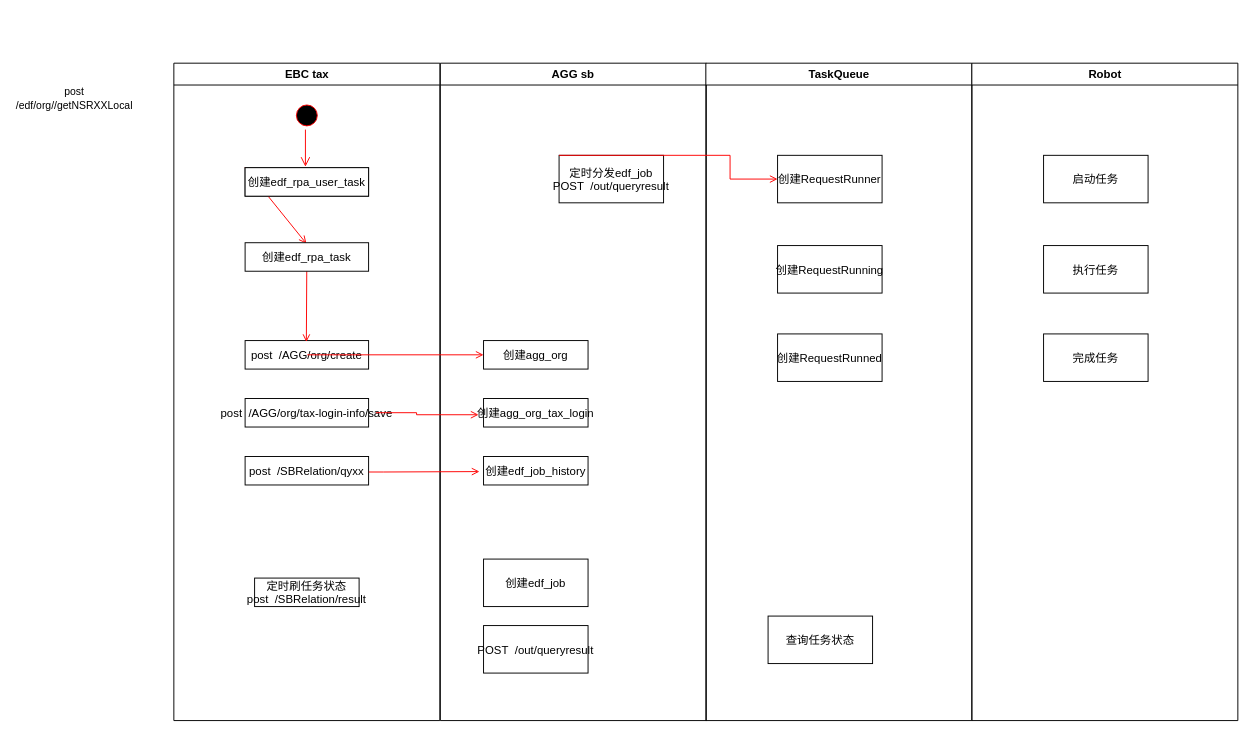
This is 异步任务交互.drawio from xingzhihe/hello-world, a draw.io file, before an edit. Source tidied: cells renumbered, new cells numbered last; positions are measured from the earlier drawing's top-left corner, leaving out a move shared by most shapes. Both pictures are drawn from the tidied source at 95%, with x=0, y=0 at pixel (46, 63).
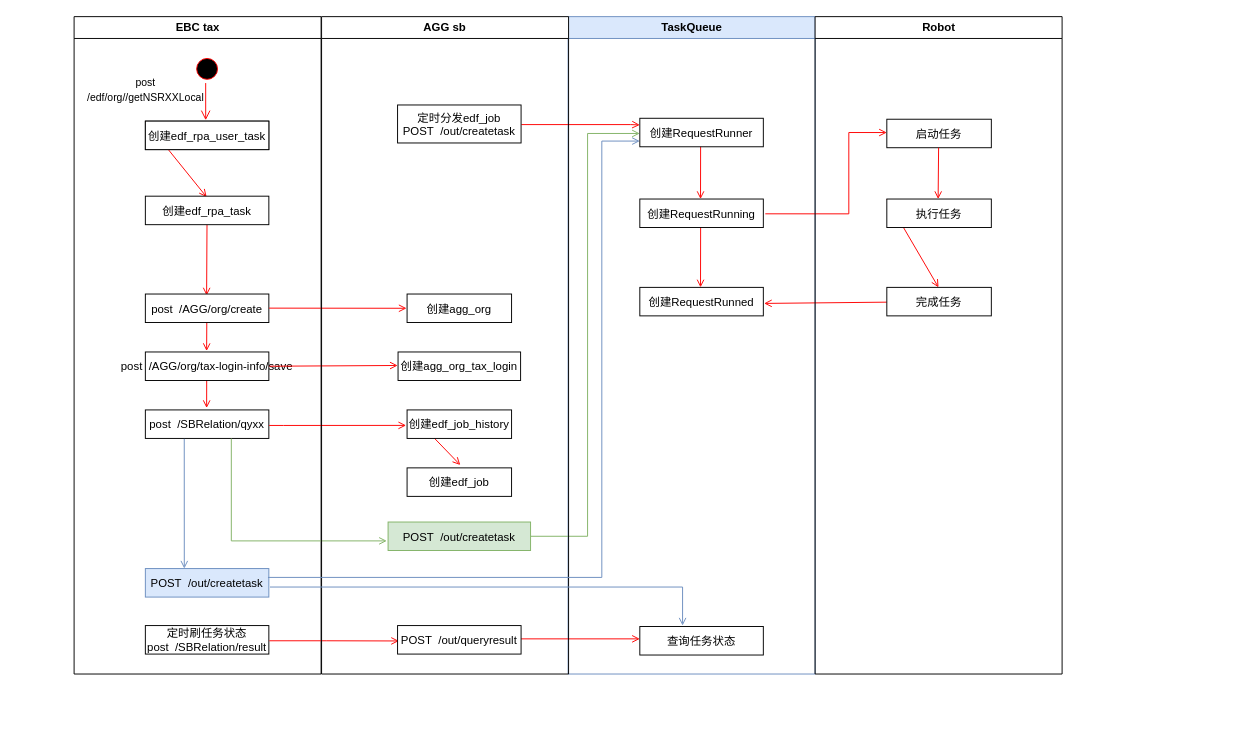
After the change.

Commit message:
更新异步任务交互.drawio

The change refers to these unchanged cells:
```xml
<mxCell id="17" value="post  /SBRelation/qyxx" parent="9" vertex="1">
  <mxGeometry x="75" y="414" width="130" height="30" as="geometry" />
</mxCell>
```

Change to the diagram source:
```diff
@@
-    <mxCell id="2" value="AGG sb" style="swimlane;whiteSpace=wrap;" parent="1" vertex="1">
-      <mxGeometry x="415" width="280" height="692" as="geometry" />
-    </mxCell>
-    <mxCell id="3" value="创建agg_org" parent="2" vertex="1">
-      <mxGeometry x="45.5" y="292" width="110" height="30" as="geometry" />
-    </mxCell>
-    <mxCell id="4" value="创建agg_org_tax_login" parent="2" vertex="1">
-      <mxGeometry x="45.5" y="353" width="110" height="30" as="geometry" />
-    </mxCell>
-    <mxCell id="5" value="创建edf_job_history" parent="2" vertex="1">
-      <mxGeometry x="45.5" y="414" width="110" height="30" as="geometry" />
-    </mxCell>
-    <mxCell id="6" value="创建edf_job" parent="2" vertex="1">
-      <mxGeometry x="45.5" y="522" width="110" height="50" as="geometry" />
-    </mxCell>
-    <mxCell id="7" value="定时分发edf_job&#10;POST  /out/queryresult" parent="2" vertex="1">
-      <mxGeometry x="125" y="97" width="110" height="50" as="geometry" />
-    </mxCell>
-    <mxCell id="8" value="POST  /out/queryresult" parent="2" vertex="1">
-      <mxGeometry x="45.5" y="592" width="110" height="50" as="geometry" />
-    </mxCell>
+    <mxCell id="21" value="TaskQueue" style="swimlane;whiteSpace=wrap;fillColor=#dae8fc;strokeColor=#6c8ebf;" parent="1" vertex="1">
+      <mxGeometry x="549.5" y="-49" width="260" height="692" as="geometry" />
+    </mxCell>
+    <mxCell id="24" value="创建RequestRunned" parent="21" vertex="1">
+      <mxGeometry x="75.5" y="285" width="130" height="30" as="geometry" />
+    </mxCell>
+    <mxCell id="25" value="查询任务状态" parent="21" vertex="1">
+      <mxGeometry x="75.5" y="642" width="130" height="30" as="geometry" />
+    </mxCell>
+    <mxCell id="35" style="endArrow=open;strokeColor=#FF0000;endFill=1;rounded=0;entryX=0.496;entryY=0.029;entryDx=0;entryDy=0;entryPerimeter=0;" parent="21" edge="1">
+      <mxGeometry relative="1" as="geometry">
+        <mxPoint x="139.5" y="122" as="sourcePoint" />
+        <mxPoint x="139.4" y="192" as="targetPoint" />
+      </mxGeometry>
+    </mxCell>
+    <mxCell id="22" value="创建RequestRunner" parent="21" vertex="1">
+      <mxGeometry x="75.5" y="107" width="130" height="30" as="geometry" />
+    </mxCell>
+    <mxCell id="36" style="endArrow=open;strokeColor=#FF0000;endFill=1;rounded=0;entryX=0.496;entryY=0.029;entryDx=0;entryDy=0;entryPerimeter=0;" parent="21" edge="1">
+      <mxGeometry relative="1" as="geometry">
+        <mxPoint x="139.5" y="215" as="sourcePoint" />
+        <mxPoint x="139.4" y="285" as="targetPoint" />
+      </mxGeometry>
+    </mxCell>
+    <mxCell id="23" value="创建RequestRunning" parent="21" vertex="1">
+      <mxGeometry x="75.5" y="192" width="130" height="30" as="geometry" />
+    </mxCell>
     <mxCell id="9" value="EBC tax" style="swimlane;whiteSpace=wrap;" parent="1" vertex="1">
-      <mxGeometry x="134.5" width="280" height="692" as="geometry" />
+      <mxGeometry x="29.5" y="-49" width="260" height="692" as="geometry" />
     </mxCell>
@@
-    <mxCell id="14" value="post  /AGG/org/create" parent="9" vertex="1">
-      <mxGeometry x="75" y="292" width="130" height="30" as="geometry" />
-    </mxCell>
@@
-    <mxCell id="16" value="post  /AGG/org/tax-login-info/save" parent="9" vertex="1">
-      <mxGeometry x="75" y="353" width="130" height="30" as="geometry" />
-    </mxCell>
@@
     <mxCell id="19" value="定时刷任务状态&#10;post  /SBRelation/result" parent="9" vertex="1">
-      <mxGeometry x="85" y="542" width="110" height="30" as="geometry" />
+      <mxGeometry x="75" y="641" width="130" height="30" as="geometry" />
     </mxCell>
@@
-    <mxCell id="21" value="TaskQueue" style="swimlane;whiteSpace=wrap;" parent="1" vertex="1">
-      <mxGeometry x="694.5" width="280" height="692" as="geometry" />
-    </mxCell>
-    <mxCell id="22" value="创建RequestRunner" parent="21" vertex="1">
-      <mxGeometry x="75.5" y="97" width="110" height="50" as="geometry" />
-    </mxCell>
-    <mxCell id="23" value="创建RequestRunning" parent="21" vertex="1">
-      <mxGeometry x="75.5" y="192" width="110" height="50" as="geometry" />
-    </mxCell>
-    <mxCell id="24" value="创建RequestRunned" parent="21" vertex="1">
-      <mxGeometry x="75.5" y="285" width="110" height="50" as="geometry" />
-    </mxCell>
-    <mxCell id="25" value="查询任务状态" parent="21" vertex="1">
-      <mxGeometry x="65.5" y="582" width="110" height="50" as="geometry" />
-    </mxCell>
+    <mxCell id="37" style="endArrow=open;strokeColor=#FF0000;endFill=1;rounded=0;" parent="9" edge="1">
+      <mxGeometry relative="1" as="geometry">
+        <mxPoint x="139.8" y="301.2" as="sourcePoint" />
+        <mxPoint x="139.5" y="352" as="targetPoint" />
+      </mxGeometry>
+    </mxCell>
+    <mxCell id="14" value="post  /AGG/org/create" parent="9" vertex="1">
+      <mxGeometry x="75" y="292" width="130" height="30" as="geometry" />
+    </mxCell>
+    <mxCell id="38" style="endArrow=open;strokeColor=#FF0000;endFill=1;rounded=0;" parent="9" edge="1">
+      <mxGeometry relative="1" as="geometry">
+        <mxPoint x="139.6" y="372" as="sourcePoint" />
+        <mxPoint x="139.5" y="412" as="targetPoint" />
+      </mxGeometry>
+    </mxCell>
+    <mxCell id="16" value="post  /AGG/org/tax-login-info/save" parent="9" vertex="1">
+      <mxGeometry x="75" y="353" width="130" height="30" as="geometry" />
+    </mxCell>
+    <mxCell id="39" style="edgeStyle=elbowEdgeStyle;elbow=horizontal;strokeColor=#FF0000;endArrow=open;endFill=1;rounded=0;entryX=0.011;entryY=0.54;entryDx=0;entryDy=0;entryPerimeter=0;" parent="9" edge="1" target="8">
+      <mxGeometry relative="1" as="geometry">
+        <mxPoint x="205.5" y="657" as="sourcePoint" />
+        <Array as="points">
+          <mxPoint x="266" y="655" />
+        </Array>
+      </mxGeometry>
+    </mxCell>
+    <mxCell id="33" value="&lt;span style=&quot;font-family: &amp;#34;helvetica&amp;#34; ; font-size: 11px ; background-color: rgb(255 , 255 , 255)&quot;&gt;post /edf/org//getNSRXXLocal&lt;/span&gt;" style="text;html=1;strokeColor=none;fillColor=none;align=center;verticalAlign=middle;whiteSpace=wrap;rounded=0;" parent="9" vertex="1">
+      <mxGeometry x="45.5" y="62" width="60" height="30" as="geometry" />
+    </mxCell>
+    <mxCell id="40" style="edgeStyle=elbowEdgeStyle;elbow=horizontal;strokeColor=#82b366;endArrow=open;endFill=1;rounded=0;fillColor=#d5e8d4;entryX=-0.009;entryY=0.662;entryDx=0;entryDy=0;entryPerimeter=0;" parent="9" edge="1" target="51">
+      <mxGeometry relative="1" as="geometry">
+        <mxPoint x="165.5" y="444" as="sourcePoint" />
+        <Array as="points">
+          <mxPoint x="165.5" y="484" />
+          <mxPoint x="276" y="512.5" />
+        </Array>
+      </mxGeometry>
+    </mxCell>
+    <mxCell id="41" value="POST  /out/createtask" style="fillColor=#dae8fc;strokeColor=#6c8ebf;" parent="9" vertex="1">
+      <mxGeometry x="75" y="581" width="130" height="30" as="geometry" />
+    </mxCell>
+    <mxCell id="42" style="edgeStyle=elbowEdgeStyle;elbow=horizontal;strokeColor=#6c8ebf;endArrow=open;endFill=1;rounded=0;fillColor=#dae8fc;exitX=0.315;exitY=1.015;exitDx=0;exitDy=0;exitPerimeter=0;" parent="9" edge="1" source="17">
+      <mxGeometry relative="1" as="geometry">
+        <mxPoint x="115.5" y="581" as="targetPoint" />
+        <Array as="points">
+          <mxPoint x="116" y="522" />
+          <mxPoint x="166" y="495.6" />
+        </Array>
+      </mxGeometry>
+    </mxCell>
-    <mxCell id="26" style="edgeStyle=elbowEdgeStyle;elbow=horizontal;strokeColor=#FF0000;endArrow=open;endFill=1;rounded=0;exitX=1.002;exitY=0.545;exitDx=0;exitDy=0;exitPerimeter=0;entryX=-0.039;entryY=0.53;entryDx=0;entryDy=0;entryPerimeter=0;" parent="1" edge="1" source="17" target="5">
+    <mxCell id="26" style="edgeStyle=elbowEdgeStyle;elbow=horizontal;strokeColor=#FF0000;endArrow=open;endFill=1;rounded=0;exitX=1.002;exitY=0.545;exitDx=0;exitDy=0;exitPerimeter=0;entryX=-0.009;entryY=0.543;entryDx=0;entryDy=0;entryPerimeter=0;" parent="1" edge="1" source="17" target="5">
       <mxGeometry relative="1" as="geometry">
         <Array as="points">
-          <mxPoint x="355" y="442" />
+          <mxPoint x="250" y="393" />
         </Array>
       </mxGeometry>
     </mxCell>
-    <mxCell id="27" style="edgeStyle=elbowEdgeStyle;elbow=horizontal;strokeColor=#FF0000;endArrow=open;endFill=1;rounded=0;exitX=1.059;exitY=0.497;exitDx=0;exitDy=0;exitPerimeter=0;entryX=-0.048;entryY=0.569;entryDx=0;entryDy=0;entryPerimeter=0;" parent="1" edge="1" source="16" target="4">
-      <mxGeometry relative="1" as="geometry">
-        <Array as="points">
-          <mxPoint x="390" y="382" />
-        </Array>
-      </mxGeometry>
-    </mxCell>
-    <mxCell id="28" style="edgeStyle=elbowEdgeStyle;elbow=horizontal;strokeColor=#FF0000;endArrow=open;endFill=1;rounded=0;exitX=0;exitY=0;exitDx=0;exitDy=0;" parent="1" edge="1" source="7" target="22">
+    <mxCell id="28" style="edgeStyle=elbowEdgeStyle;elbow=horizontal;strokeColor=#FF0000;endArrow=open;endFill=1;rounded=0;exitX=1.002;exitY=0.516;exitDx=0;exitDy=0;exitPerimeter=0;" parent="1" edge="1" source="7">
       <mxGeometry relative="1" as="geometry">
+        <mxPoint x="625" y="65" as="targetPoint" />
         <Array as="points">
-          <mxPoint x="720" y="122" />
+          <mxPoint x="615" y="65" />
         </Array>
       </mxGeometry>
     </mxCell>
+    <mxCell id="34" style="endArrow=open;strokeColor=#FF0000;endFill=1;rounded=0;exitX=1.002;exitY=0.495;exitDx=0;exitDy=0;exitPerimeter=0;entryX=-0.005;entryY=0.5;entryDx=0;entryDy=0;entryPerimeter=0;" parent="1" edge="1" source="14" target="3">
+      <mxGeometry relative="1" as="geometry" />
+    </mxCell>
+    <mxCell id="43" style="endArrow=open;strokeColor=#FF0000;endFill=1;rounded=0;entryX=-0.003;entryY=0.474;entryDx=0;entryDy=0;entryPerimeter=0;" parent="1" edge="1" target="4">
+      <mxGeometry relative="1" as="geometry">
+        <mxPoint x="235" y="319" as="sourcePoint" />
+      </mxGeometry>
+    </mxCell>
+    <mxCell id="44" style="edgeStyle=orthogonalEdgeStyle;elbow=horizontal;strokeColor=#FF0000;endArrow=open;endFill=1;rounded=0;exitX=1.016;exitY=0.519;exitDx=0;exitDy=0;exitPerimeter=0;entryX=0;entryY=0.467;entryDx=0;entryDy=0;entryPerimeter=0;" parent="1" edge="1" source="23" target="30">
+      <mxGeometry relative="1" as="geometry">
+        <Array as="points">
+          <mxPoint x="845" y="159" />
+          <mxPoint x="845" y="73" />
+        </Array>
+      </mxGeometry>
+    </mxCell>
+    <mxCell id="45" style="endArrow=open;strokeColor=#FF0000;endFill=1;rounded=0;entryX=1.006;entryY=0.563;entryDx=0;entryDy=0;entryPerimeter=0;" parent="1" edge="1" source="32" target="24">
+      <mxGeometry relative="1" as="geometry" />
+    </mxCell>
     <mxCell id="29" value="Robot" style="swimlane;whiteSpace=wrap;" parent="1" vertex="1">
-      <mxGeometry x="974.5" width="280" height="692" as="geometry" />
+      <mxGeometry x="809.5" y="-49" width="260" height="692" as="geometry" />
     </mxCell>
     <mxCell id="30" value="启动任务" parent="29" vertex="1">
-      <mxGeometry x="75.5" y="97" width="110" height="50" as="geometry" />
+      <mxGeometry x="75.5" y="108" width="110" height="30" as="geometry" />
     </mxCell>
+    <mxCell id="46" style="endArrow=open;strokeColor=#FF0000;endFill=1;rounded=0;" parent="29" edge="1">
+      <mxGeometry relative="1" as="geometry">
+        <mxPoint x="130" y="138" as="sourcePoint" />
+        <mxPoint x="129.5" y="192" as="targetPoint" />
+      </mxGeometry>
+    </mxCell>
+    <mxCell id="47" style="endArrow=open;strokeColor=#FF0000;endFill=1;rounded=0;exitX=0;exitY=0;exitDx=0;exitDy=0;" parent="29" edge="1" source="31">
+      <mxGeometry relative="1" as="geometry">
+        <mxPoint x="129.9" y="285" as="targetPoint" />
+      </mxGeometry>
+    </mxCell>
     <mxCell id="31" value="执行任务" parent="29" vertex="1">
-      <mxGeometry x="75.5" y="192" width="110" height="50" as="geometry" />
+      <mxGeometry x="75.5" y="192" width="110" height="30" as="geometry" />
     </mxCell>
     <mxCell id="32" value="完成任务" parent="29" vertex="1">
-      <mxGeometry x="75.5" y="285" width="110" height="50" as="geometry" />
+      <mxGeometry x="75.5" y="285" width="110" height="30" as="geometry" />
     </mxCell>
-    <mxCell id="33" value="&lt;span style=&quot;font-family: &amp;#34;helvetica&amp;#34; ; font-size: 11px ; background-color: rgb(255 , 255 , 255)&quot;&gt;post /edf/org//getNSRXXLocal&lt;/span&gt;" style="text;html=1;strokeColor=none;fillColor=none;align=center;verticalAlign=middle;whiteSpace=wrap;rounded=0;" parent="1" vertex="1">
-      <mxGeometry y="22" width="60" height="30" as="geometry" />
-    </mxCell>
-    <mxCell id="34" style="endArrow=open;strokeColor=#FF0000;endFill=1;rounded=0;" parent="1" edge="1" target="3">
-      <mxGeometry relative="1" as="geometry">
-        <mxPoint x="275" y="307" as="sourcePoint" />
-      </mxGeometry>
-    </mxCell>
+    <mxCell id="48" style="edgeStyle=elbowEdgeStyle;elbow=horizontal;strokeColor=#FF0000;endArrow=open;endFill=1;rounded=0;entryX=0;entryY=0.433;entryDx=0;entryDy=0;entryPerimeter=0;" parent="1" edge="1" source="8" target="25">
+      <mxGeometry relative="1" as="geometry">
+        <Array as="points">
+          <mxPoint x="435.5" y="608" />
+        </Array>
+      </mxGeometry>
+    </mxCell>
+    <mxCell id="49" style="edgeStyle=elbowEdgeStyle;elbow=horizontal;strokeColor=#82b366;endArrow=open;endFill=1;rounded=0;fillColor=#d5e8d4;" parent="1" edge="1" source="51">
+      <mxGeometry relative="1" as="geometry">
+        <mxPoint x="625" y="74" as="targetPoint" />
+        <Array as="points">
+          <mxPoint x="570" y="282" />
+          <mxPoint x="565.5" y="463" />
+        </Array>
+      </mxGeometry>
+    </mxCell>
+    <mxCell id="2" value="AGG sb" style="swimlane;whiteSpace=wrap;" parent="1" vertex="1">
+      <mxGeometry x="290" y="-49" width="260" height="692" as="geometry" />
+    </mxCell>
+    <mxCell id="3" value="创建agg_org" parent="2" vertex="1">
+      <mxGeometry x="90" y="292" width="110" height="30" as="geometry" />
+    </mxCell>
+    <mxCell id="4" value="创建agg_org_tax_login" parent="2" vertex="1">
+      <mxGeometry x="80.5" y="353" width="129" height="30" as="geometry" />
+    </mxCell>
+    <mxCell id="6" value="创建edf_job" parent="2" vertex="1">
+      <mxGeometry x="90" y="475" width="110" height="30" as="geometry" />
+    </mxCell>
+    <mxCell id="7" value="定时分发edf_job&#10;POST  /out/createtask" parent="2" vertex="1">
+      <mxGeometry x="80" y="93" width="130" height="40" as="geometry" />
+    </mxCell>
+    <mxCell id="50" style="endArrow=open;strokeColor=#FF0000;endFill=1;rounded=0;exitX=0;exitY=0;exitDx=0;exitDy=0;" parent="2" edge="1" source="5">
+      <mxGeometry relative="1" as="geometry">
+        <mxPoint x="146" y="472" as="targetPoint" />
+      </mxGeometry>
+    </mxCell>
+    <mxCell id="5" value="创建edf_job_history" parent="2" vertex="1">
+      <mxGeometry x="90" y="414" width="110" height="30" as="geometry" />
+    </mxCell>
+    <mxCell id="8" value="POST  /out/queryresult" parent="2" vertex="1">
+      <mxGeometry x="80" y="641" width="130" height="30" as="geometry" />
+    </mxCell>
+    <mxCell id="51" value="POST  /out/createtask" style="fillColor=#d5e8d4;strokeColor=#82b366;" parent="2" vertex="1">
+      <mxGeometry x="70" y="532" width="150" height="30" as="geometry" />
+    </mxCell>
+    <mxCell id="52" style="edgeStyle=elbowEdgeStyle;elbow=horizontal;strokeColor=#6c8ebf;endArrow=open;endFill=1;rounded=0;fillColor=#dae8fc;exitX=1.009;exitY=0.648;exitDx=0;exitDy=0;exitPerimeter=0;" parent="2" edge="1" source="41">
+      <mxGeometry relative="1" as="geometry">
+        <mxPoint x="380" y="641" as="targetPoint" />
+        <Array as="points">
+          <mxPoint x="380" y="621" />
+          <mxPoint x="390" y="621" />
+          <mxPoint x="400" y="611" />
+        </Array>
+      </mxGeometry>
+    </mxCell>
+    <mxCell id="53" style="edgeStyle=elbowEdgeStyle;elbow=horizontal;strokeColor=#6c8ebf;endArrow=open;endFill=1;rounded=0;fillColor=#dae8fc;entryX=0;entryY=0.8;entryDx=0;entryDy=0;entryPerimeter=0;exitX=0.993;exitY=0.31;exitDx=0;exitDy=0;exitPerimeter=0;" parent="1" edge="1" source="41" target="22">
+      <mxGeometry relative="1" as="geometry">
+        <Array as="points">
+          <mxPoint x="585" y="323" />
+          <mxPoint x="491.5" y="526.6" />
+        </Array>
+      </mxGeometry>
+    </mxCell>
```
